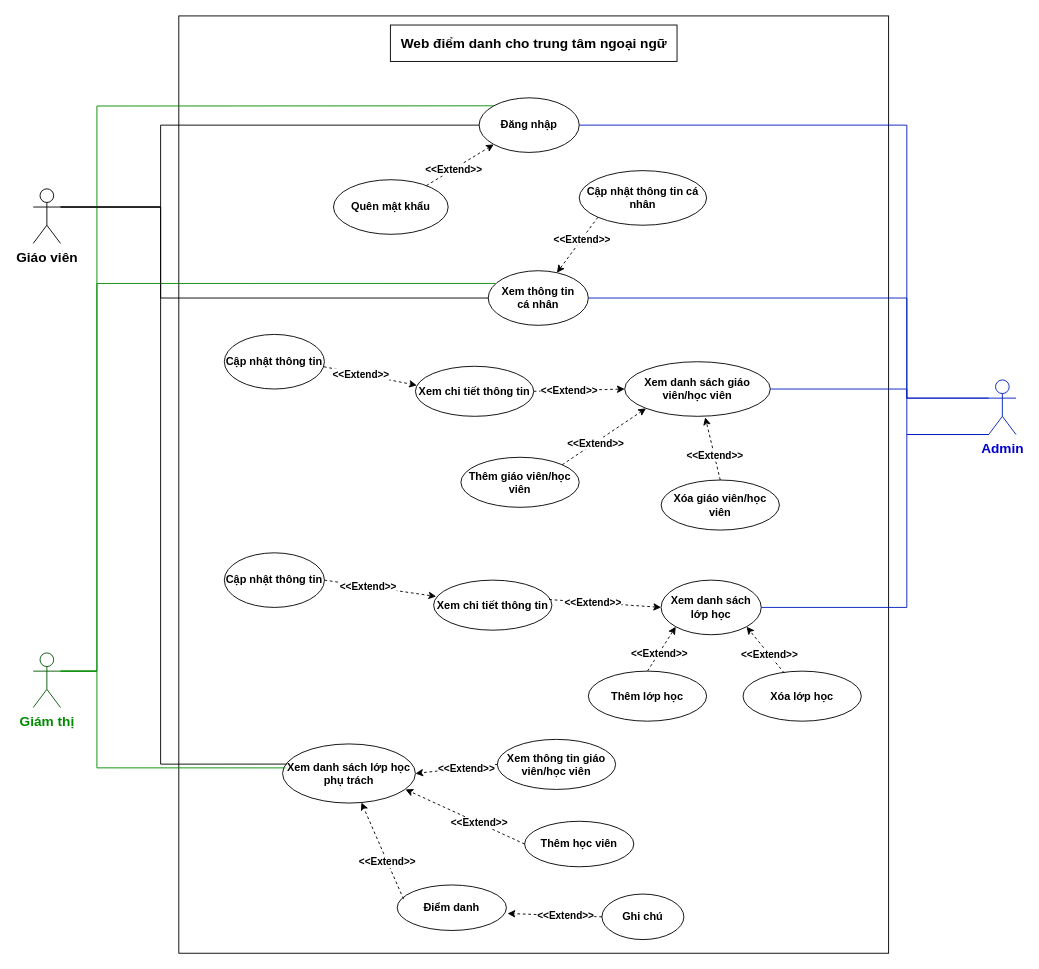
astr0tas/English-Center-Attendance-Check keeps this draw.io diagram as Week 1/UC Diagram.drawio. Above is the earlier version. Source tidied: cells renumbered, new cells numbered last; positions are measured from the earlier drawing's top-left corner, leaving out a move shared by most shapes. Both pictures are drawn from the tidied source at 91%, with x=0, y=0 at pixel (33, 15).
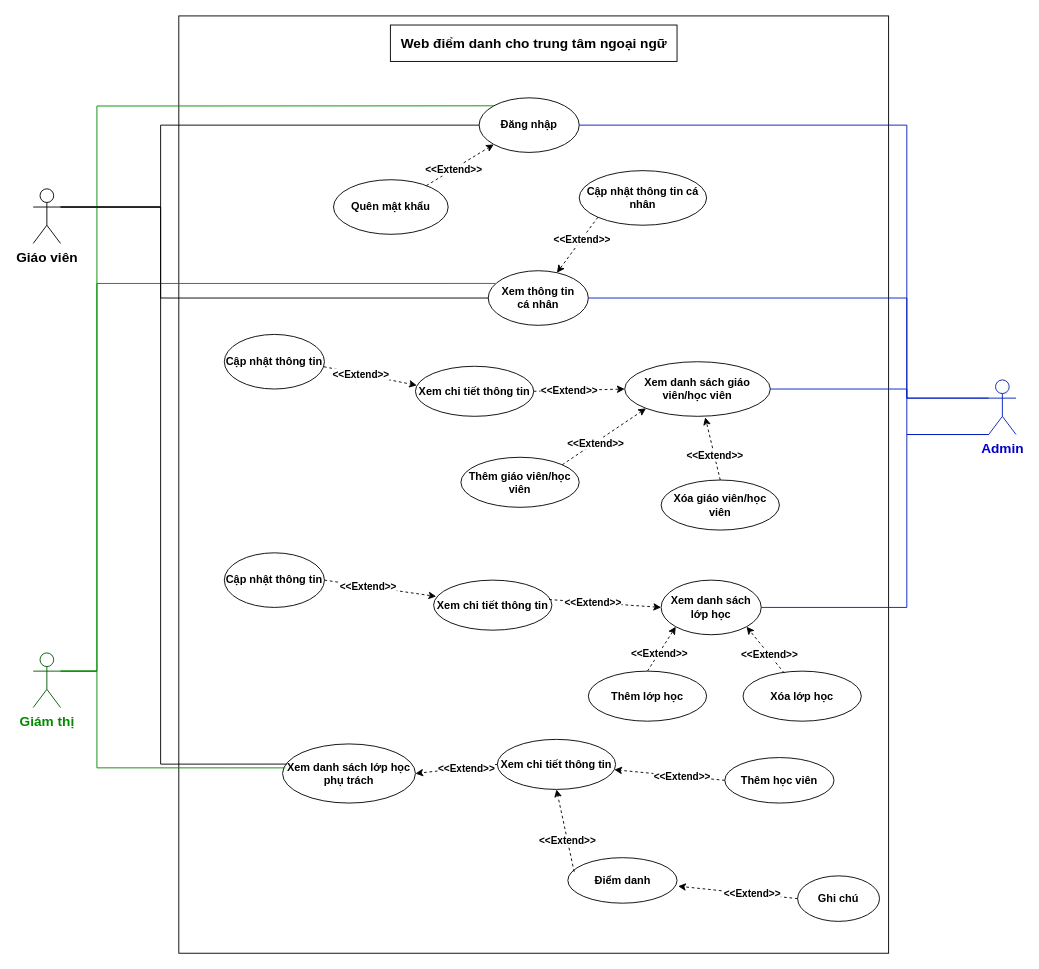
The same diagram, later.

Unchanged cells that the change refers to:
```xml
<mxCell id="52" value="Xem danh sách lớp học phụ trách" style="ellipse;whiteSpace=wrap;html=1;fontStyle=1;" parent="1" vertex="1">
  <mxGeometry x="274" y="800" width="146" height="65" as="geometry" />
</mxCell>
```

Change to the diagram source:
```diff
@@
     <mxCell id="22" value="Ghi chú" style="ellipse;whiteSpace=wrap;html=1;fontStyle=1;" parent="1" vertex="1">
-      <mxGeometry x="625" y="965" width="90" height="50" as="geometry" />
+      <mxGeometry x="840" y="945" width="90" height="50" as="geometry" />
     </mxCell>
@@
     <mxCell id="53" value="Điểm danh" style="ellipse;whiteSpace=wrap;html=1;fontStyle=1;" parent="1" vertex="1">
-      <mxGeometry x="400" y="955" width="120" height="50" as="geometry" />
+      <mxGeometry x="587.5" y="925" width="120" height="50" as="geometry" />
     </mxCell>
-    <mxCell id="54" style="endArrow=classic;html=1;rounded=0;exitX=0.058;exitY=0.31;exitDx=0;exitDy=0;dashed=1;fontStyle=1;exitPerimeter=0;" parent="1" edge="1" source="53" target="52">
+    <mxCell id="54" style="endArrow=classic;html=1;rounded=0;exitX=0.058;exitY=0.31;exitDx=0;exitDy=0;dashed=1;fontStyle=1;exitPerimeter=0;entryX=0.5;entryY=1;entryDx=0;entryDy=0;" parent="1" edge="1" source="53" target="61">
       <mxGeometry relative="1" as="geometry" />
     </mxCell>
@@
     <mxCell id="58" value="Thêm học viên" style="ellipse;whiteSpace=wrap;html=1;fontStyle=1;" parent="1" vertex="1">
-      <mxGeometry x="540" y="885" width="120" height="50" as="geometry" />
+      <mxGeometry x="760" y="815" width="120" height="50" as="geometry" />
     </mxCell>
-    <mxCell id="59" style="endArrow=classic;html=1;rounded=0;exitX=0;exitY=0.5;exitDx=0;exitDy=0;dashed=1;fontStyle=1;entryX=0.925;entryY=0.769;entryDx=0;entryDy=0;entryPerimeter=0;" parent="1" edge="1" source="58" target="52">
+    <mxCell id="59" style="endArrow=classic;html=1;rounded=0;exitX=0;exitY=0.5;exitDx=0;exitDy=0;dashed=1;fontStyle=1;" parent="1" edge="1" source="58" target="61">
       <mxGeometry relative="1" as="geometry" />
     </mxCell>
@@
-    <mxCell id="61" value="Xem thông tin giáo viên/học viên" style="ellipse;whiteSpace=wrap;html=1;fontStyle=1;" parent="1" vertex="1">
+    <mxCell id="61" value="Xem chi tiết thông tin" style="ellipse;whiteSpace=wrap;html=1;fontStyle=1;" parent="1" vertex="1">
       <mxGeometry x="510" y="795" width="130" height="55" as="geometry" />
     </mxCell>
```
